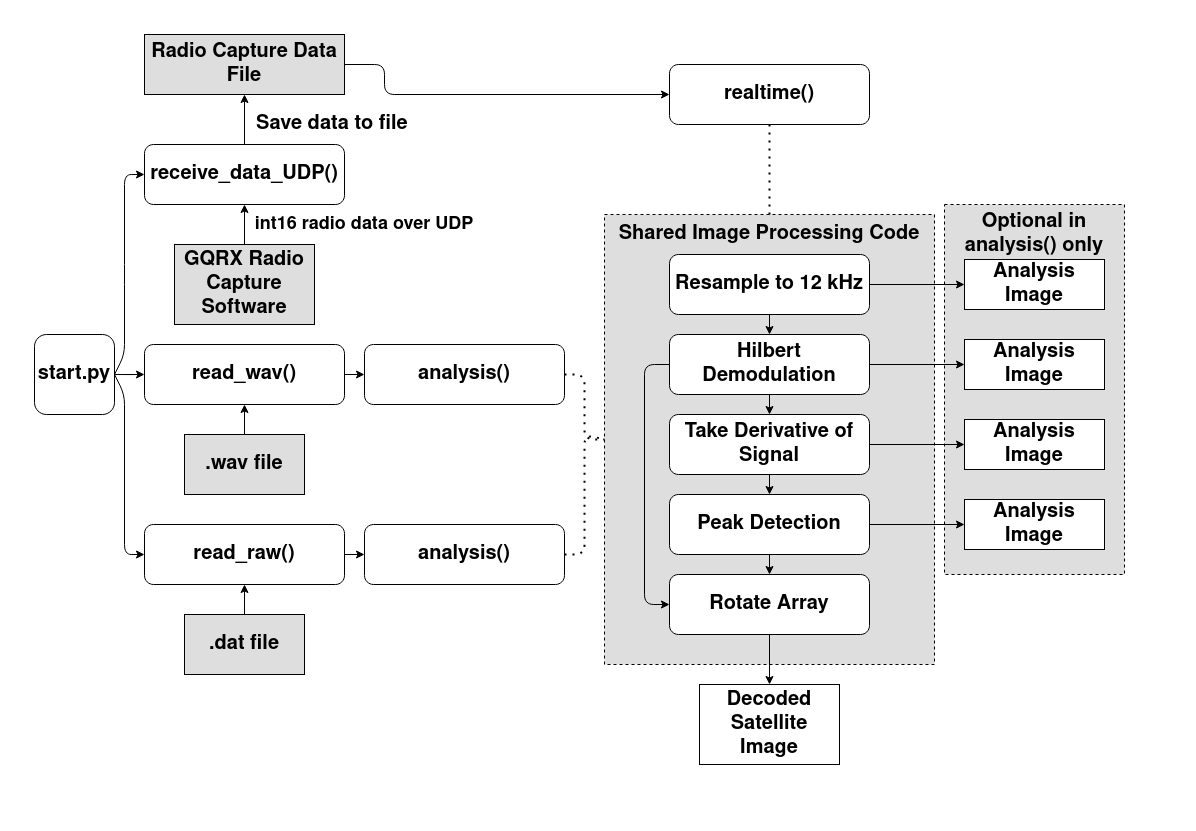
This is Documentation/Block Diagram.png from cjkrupp/EasyWeather, a draw.io export, as it was before one commit. Source tidied: cells renumbered, new cells last; positions are measured from the earlier drawing's top-left corner, leaving out a move shared by most shapes.
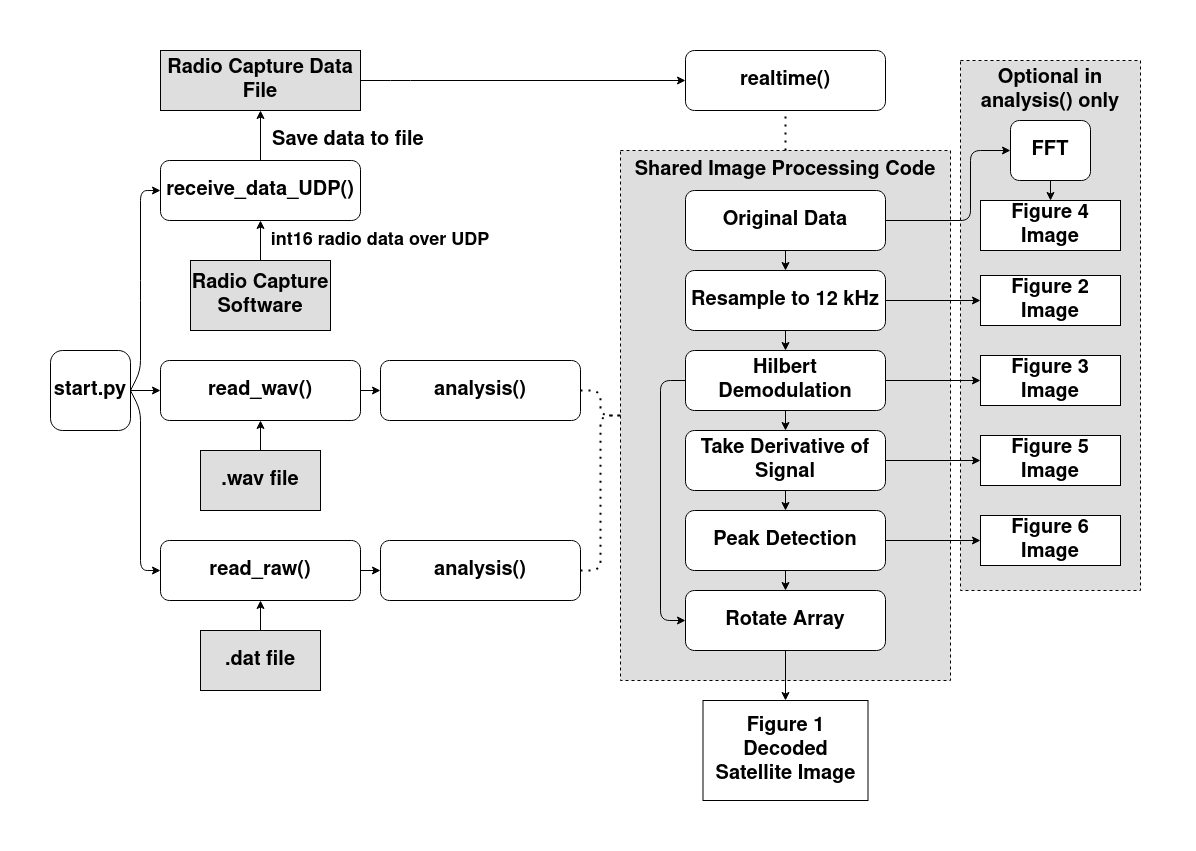
The same file after the commit.

Diff of the diagram source:
```diff
@@ -3,10 +3,10 @@
     <mxCell id="0" />
     <mxCell id="1" parent="0" />
     <mxCell id="2" style="rounded=0;whiteSpace=wrap;html=1;dashed=1;fillColor=#DEDEDE;" parent="1" vertex="1">
-      <mxGeometry x="910" y="170" width="180" height="370" as="geometry" />
+      <mxGeometry x="910" y="10" width="180" height="530" as="geometry" />
     </mxCell>
     <mxCell id="3" style="rounded=0;whiteSpace=wrap;html=1;dashed=1;fillColor=#DEDEDE;" parent="1" vertex="1">
-      <mxGeometry x="570" y="180" width="330" height="450" as="geometry" />
+      <mxGeometry x="570" y="100" width="330" height="530" as="geometry" />
     </mxCell>
     <mxCell id="4" style="edgeStyle=orthogonalEdgeStyle;rounded=0;jettySize=auto;html=1;" parent="1" edge="1" source="5" target="7">
       <mxGeometry relative="1" as="geometry" />
@@ -40,8 +40,8 @@
         </Array>
       </mxGeometry>
     </mxCell>
-    <mxCell id="11" value="&lt;b&gt;&lt;font style=&quot;font-size: 20px&quot;&gt;GQRX Radio Capture Software&lt;/font&gt;&lt;/b&gt;" style="rounded=0;whiteSpace=wrap;html=1;fillColor=#DEDEDE;" parent="1" vertex="1">
-      <mxGeometry x="140" y="210" width="140" height="80" as="geometry" />
+    <mxCell id="11" value="&lt;b&gt;&lt;font style=&quot;font-size: 20px&quot;&gt;Radio Capture Software&lt;/font&gt;&lt;/b&gt;" style="rounded=0;whiteSpace=wrap;html=1;fillColor=#DEDEDE;" parent="1" vertex="1">
+      <mxGeometry x="140" y="210" width="140" height="70" as="geometry" />
     </mxCell>
     <mxCell id="12" value="&lt;b&gt;&lt;font style=&quot;font-size: 18px&quot;&gt;int16 radio data over UDP&lt;/font&gt;&lt;/b&gt;" style="text;html=1;strokeColor=none;fillColor=none;align=center;verticalAlign=middle;whiteSpace=wrap;rounded=0;" parent="1" vertex="1">
       <mxGeometry x="200" y="180" width="260" height="20" as="geometry" />
@@ -77,13 +77,12 @@
       <mxGeometry relative="1" as="geometry" />
     </mxCell>
     <mxCell id="23" value="&lt;b&gt;&lt;font style=&quot;font-size: 20px&quot;&gt;realtime()&lt;/font&gt;&lt;/b&gt;" style="rounded=1;whiteSpace=wrap;html=1;" parent="1" vertex="1">
-      <mxGeometry x="635" y="30" width="200" height="60" as="geometry" />
+      <mxGeometry x="635" width="200" height="60" as="geometry" />
     </mxCell>
     <mxCell id="24" style="endArrow=classic;html=1;exitX=1;exitY=0.5;exitDx=0;exitDy=0;entryX=0;entryY=0.5;entryDx=0;entryDy=0;" parent="1" edge="1" source="13" target="23">
       <mxGeometry relative="1" as="geometry">
         <Array as="points">
           <mxPoint x="350" y="30" />
-          <mxPoint x="350" y="60" />
         </Array>
       </mxGeometry>
     </mxCell>
@@ -109,7 +108,7 @@
       <mxGeometry relative="1" as="geometry">
         <Array as="points">
           <mxPoint x="550" y="520" />
-          <mxPoint x="550" y="400" />
+          <mxPoint x="550" y="365" />
         </Array>
       </mxGeometry>
     </mxCell>
@@ -117,7 +116,7 @@
       <mxGeometry relative="1" as="geometry">
         <Array as="points">
           <mxPoint x="550" y="340" />
-          <mxPoint x="550" y="405" />
+          <mxPoint x="550" y="365" />
         </Array>
       </mxGeometry>
     </mxCell>
@@ -125,7 +124,7 @@
       <mxGeometry relative="1" as="geometry" />
     </mxCell>
     <mxCell id="34" value="&lt;b&gt;&lt;font style=&quot;font-size: 20px&quot;&gt;Shared Image Processing Code&lt;/font&gt;&lt;/b&gt;" style="text;html=1;strokeColor=none;fillColor=none;align=center;verticalAlign=middle;whiteSpace=wrap;rounded=0;dashed=1;" parent="1" vertex="1">
-      <mxGeometry x="570" y="190" width="330" height="20" as="geometry" />
+      <mxGeometry x="570" y="110" width="330" height="20" as="geometry" />
     </mxCell>
     <mxCell id="35" style="endArrow=classic;html=1;exitX=0.5;exitY=1;exitDx=0;exitDy=0;entryX=0.5;entryY=0;entryDx=0;entryDy=0;" parent="1" edge="1" source="25" target="26">
       <mxGeometry relative="1" as="geometry" />
@@ -150,16 +149,16 @@
     <mxCell id="40" style="endArrow=classic;html=1;entryX=0.5;entryY=1;entryDx=0;entryDy=0;exitX=0.5;exitY=0;exitDx=0;exitDy=0;" parent="1" edge="1" source="11" target="6">
       <mxGeometry relative="1" as="geometry" />
     </mxCell>
-    <mxCell id="41" value="&lt;b&gt;&lt;font style=&quot;font-size: 20px&quot;&gt;Decoded Satellite Image&lt;br&gt;&lt;/font&gt;&lt;/b&gt;" style="rounded=0;whiteSpace=wrap;html=1;fillColor=#FFFFFF;" parent="1" vertex="1">
-      <mxGeometry x="665" y="650" width="140" height="80" as="geometry" />
+    <mxCell id="41" value="&lt;div&gt;&lt;b&gt;&lt;font style=&quot;font-size: 20px&quot;&gt;Figure 1&lt;br&gt;&lt;/font&gt;&lt;/b&gt;&lt;/div&gt;&lt;div&gt;&lt;b&gt;&lt;font style=&quot;font-size: 20px&quot;&gt;Decoded Satellite Image&lt;/font&gt;&lt;/b&gt;&lt;/div&gt;" style="rounded=0;whiteSpace=wrap;html=1;fillColor=#FFFFFF;" parent="1" vertex="1">
+      <mxGeometry x="652.5" y="650" width="165" height="100" as="geometry" />
     </mxCell>
-    <mxCell id="42" value="&lt;b&gt;&lt;font style=&quot;font-size: 20px&quot;&gt;Analysis Image&lt;br&gt;&lt;/font&gt;&lt;/b&gt;" style="rounded=0;whiteSpace=wrap;html=1;fillColor=#FFFFFF;" parent="1" vertex="1">
+    <mxCell id="42" value="&lt;b&gt;&lt;font style=&quot;font-size: 20px&quot;&gt;Figure 6 Image&lt;br&gt;&lt;/font&gt;&lt;/b&gt;" style="rounded=0;whiteSpace=wrap;html=1;fillColor=#FFFFFF;" parent="1" vertex="1">
       <mxGeometry x="930" y="465" width="140" height="50" as="geometry" />
     </mxCell>
-    <mxCell id="43" value="&lt;b&gt;&lt;font style=&quot;font-size: 20px&quot;&gt;Analysis Image&lt;br&gt;&lt;/font&gt;&lt;/b&gt;" style="rounded=0;whiteSpace=wrap;html=1;fillColor=#FFFFFF;" parent="1" vertex="1">
+    <mxCell id="43" value="&lt;b&gt;&lt;font style=&quot;font-size: 20px&quot;&gt;Figure 5 Image&lt;br&gt;&lt;/font&gt;&lt;/b&gt;" style="rounded=0;whiteSpace=wrap;html=1;fillColor=#FFFFFF;" parent="1" vertex="1">
       <mxGeometry x="930" y="385" width="140" height="50" as="geometry" />
     </mxCell>
-    <mxCell id="44" value="&lt;b&gt;&lt;font style=&quot;font-size: 20px&quot;&gt;Analysis Image&lt;br&gt;&lt;/font&gt;&lt;/b&gt;" style="rounded=0;whiteSpace=wrap;html=1;fillColor=#FFFFFF;" parent="1" vertex="1">
+    <mxCell id="44" value="&lt;b&gt;&lt;font style=&quot;font-size: 20px&quot;&gt;Figure 3 Image&lt;br&gt;&lt;/font&gt;&lt;/b&gt;" style="rounded=0;whiteSpace=wrap;html=1;fillColor=#FFFFFF;" parent="1" vertex="1">
       <mxGeometry x="930" y="305" width="140" height="50" as="geometry" />
     </mxCell>
     <mxCell id="45" style="endArrow=classic;html=1;exitX=0.5;exitY=1;exitDx=0;exitDy=0;entryX=0.5;entryY=0;entryDx=0;entryDy=0;" parent="1" edge="1" source="28" target="41">
@@ -174,14 +173,37 @@
     <mxCell id="48" style="endArrow=classic;html=1;entryX=0;entryY=0.5;entryDx=0;entryDy=0;exitX=1;exitY=0.5;exitDx=0;exitDy=0;" parent="1" edge="1" source="26" target="44">
       <mxGeometry relative="1" as="geometry" />
     </mxCell>
-    <mxCell id="49" value="&lt;b&gt;&lt;font style=&quot;font-size: 20px&quot;&gt;Analysis Image&lt;br&gt;&lt;/font&gt;&lt;/b&gt;" style="rounded=0;whiteSpace=wrap;html=1;fillColor=#FFFFFF;" parent="1" vertex="1">
+    <mxCell id="49" value="&lt;b&gt;&lt;font style=&quot;font-size: 20px&quot;&gt;Figure 2 Image&lt;br&gt;&lt;/font&gt;&lt;/b&gt;" style="rounded=0;whiteSpace=wrap;html=1;fillColor=#FFFFFF;" parent="1" vertex="1">
       <mxGeometry x="930" y="225" width="140" height="50" as="geometry" />
     </mxCell>
     <mxCell id="50" style="endArrow=classic;html=1;entryX=0;entryY=0.5;entryDx=0;entryDy=0;exitX=1;exitY=0.5;exitDx=0;exitDy=0;" parent="1" edge="1" source="25" target="49">
       <mxGeometry relative="1" as="geometry" />
     </mxCell>
     <mxCell id="51" value="&lt;b&gt;&lt;font style=&quot;font-size: 20px&quot;&gt;Optional in analysis() only&lt;/font&gt;&lt;/b&gt;" style="text;html=1;strokeColor=none;fillColor=none;align=center;verticalAlign=middle;whiteSpace=wrap;rounded=0;dashed=1;" parent="1" vertex="1">
-      <mxGeometry x="905" y="190" width="190" height="20" as="geometry" />
+      <mxGeometry x="905" y="30" width="190" height="20" as="geometry" />
     </mxCell>
+    <mxCell id="52" value="&lt;b&gt;&lt;font style=&quot;font-size: 20px&quot;&gt;Original Data&lt;/font&gt;&lt;/b&gt;" style="rounded=1;whiteSpace=wrap;html=1;" parent="1" vertex="1">
+      <mxGeometry x="635" y="140" width="200" height="60" as="geometry" />
+    </mxCell>
+    <mxCell id="53" value="&lt;b&gt;&lt;font style=&quot;font-size: 20px&quot;&gt;FFT&lt;/font&gt;&lt;/b&gt;" style="rounded=1;whiteSpace=wrap;html=1;" parent="1" vertex="1">
+      <mxGeometry x="960" y="70" width="80" height="60" as="geometry" />
+    </mxCell>
+    <mxCell id="54" value="&lt;b&gt;&lt;font style=&quot;font-size: 20px&quot;&gt;Figure 4 Image&lt;br&gt;&lt;/font&gt;&lt;/b&gt;" style="rounded=0;whiteSpace=wrap;html=1;fillColor=#FFFFFF;" parent="1" vertex="1">
+      <mxGeometry x="930" y="150" width="140" height="50" as="geometry" />
+    </mxCell>
+    <mxCell id="55" style="endArrow=classic;html=1;exitX=1;exitY=0.5;exitDx=0;exitDy=0;entryX=0;entryY=0.5;entryDx=0;entryDy=0;" parent="1" edge="1" source="52" target="53">
+      <mxGeometry relative="1" as="geometry">
+        <Array as="points">
+          <mxPoint x="920" y="170" />
+          <mxPoint x="920" y="100" />
+        </Array>
+      </mxGeometry>
+    </mxCell>
+    <mxCell id="56" style="endArrow=classic;html=1;exitX=0.5;exitY=1;exitDx=0;exitDy=0;entryX=0.5;entryY=0;entryDx=0;entryDy=0;" parent="1" edge="1" source="53" target="54">
+      <mxGeometry relative="1" as="geometry" />
+    </mxCell>
+    <mxCell id="57" style="endArrow=classic;html=1;exitX=0.5;exitY=1;exitDx=0;exitDy=0;entryX=0.5;entryY=0;entryDx=0;entryDy=0;" parent="1" edge="1" source="52" target="25">
+      <mxGeometry relative="1" as="geometry" />
+    </mxCell>
   </root>
 </mxGraphModel>
```
